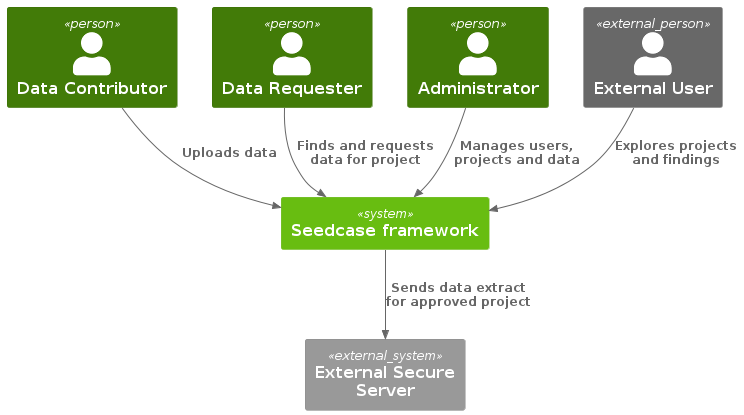
Above: images/context.png in seedcase-project/design (PlantUML), before the change.
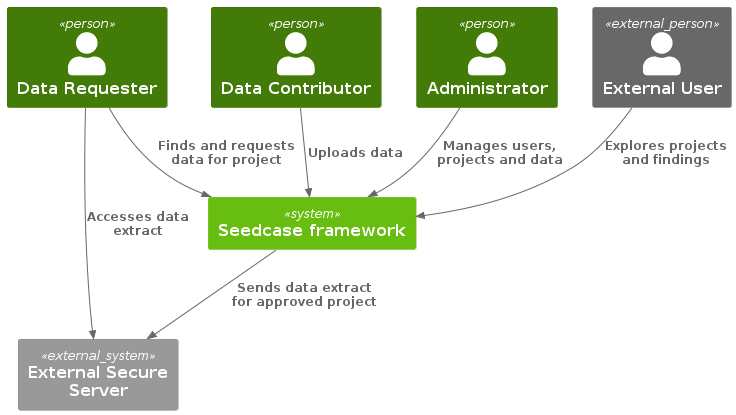
After the change.

Commit message:
docs: :memo: add arrow between Data Requester and External Secure Server

The edit, as a diff of the source:
```diff
@@ -2,8 +2,8 @@
 !theme C4_green from <C4/themes>
 !include https://raw.githubusercontent.com/plantuml-stdlib/C4-PlantUML/master/C4_Context.puml
 
+Person(user_data_requester, "Data Requester")
 Person(user_data_contributor, "Data Contributor")
-Person(user_data_requester, "Data Requester")
 Person(user_admin, "Administrator")
 
 Person_Ext(user_external, "External User")
@@ -15,5 +15,6 @@
 Rel(user_data_requester, seedcase, "Finds and requests data for project")
 Rel(user_admin, seedcase, "Manages users, projects and data")
 Rel(user_external, seedcase, "Explores projects and findings")
+Rel(user_data_requester, ext_secure_server, "Accesses data extract")
 Rel(seedcase, ext_secure_server, "Sends data extract for approved project")
 @enduml
```
